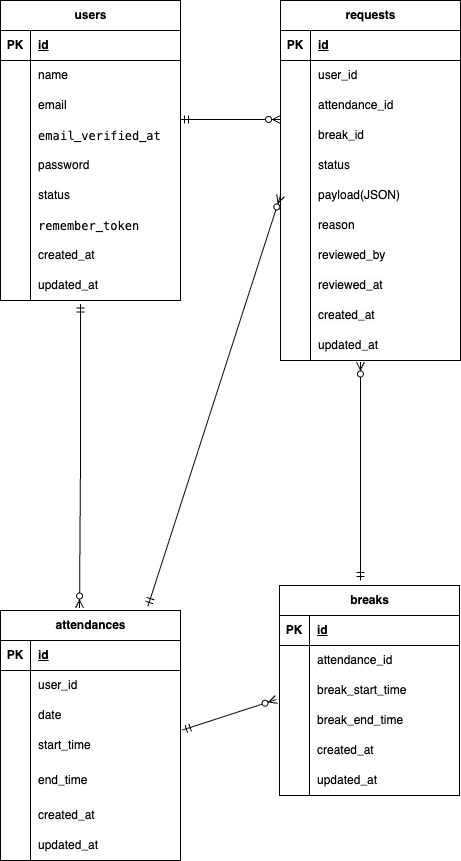
Earlier version of the draw.io export attendance.drawio.png (irokiyo/employee-attendance-app). Source tidied: cells renumbered, new cells last; positions are measured from the earlier drawing's top-left corner, leaving out a move shared by most shapes.
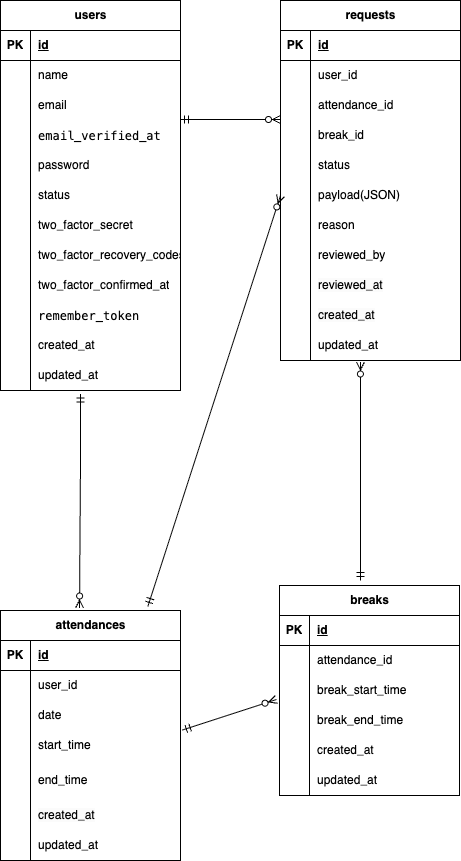
Later version of the same file.

Diff of the diagram source:
```diff
@@ -3,7 +3,7 @@
     <mxCell id="0" />
     <mxCell id="1" parent="0" />
     <mxCell id="2" value="users" style="shape=table;startSize=30;rowLines=0;fontStyle=1;align=center;html=1;" parent="1" vertex="1">
-      <mxGeometry width="180" height="300" as="geometry" />
+      <mxGeometry width="180" height="390" as="geometry" />
     </mxCell>
     <mxCell id="3" style="shape=tableRow;horizontal=0;startSize=0;swimlaneHead=0;swimlaneBody=0;fillColor=none;top=0;left=0;right=0;bottom=1;" parent="2" vertex="1">
       <mxGeometry y="30" width="180" height="30" as="geometry" />
@@ -59,8 +59,35 @@
     <mxCell id="20" value="status" style="shape=partialRectangle;fillColor=none;top=0;left=0;bottom=0;right=0;align=left;spacingLeft=6;overflow=hidden;whiteSpace=wrap;html=1;" parent="18" vertex="1">
       <mxGeometry x="30" width="150" height="30" as="geometry" />
     </mxCell>
+    <mxCell id="110" style="shape=tableRow;horizontal=0;startSize=0;swimlaneHead=0;swimlaneBody=0;fillColor=none;top=0;left=0;right=0;bottom=0;" parent="2" vertex="1">
+      <mxGeometry y="210" width="180" height="30" as="geometry" />
+    </mxCell>
+    <mxCell id="111" style="shape=partialRectangle;fillColor=none;top=0;left=0;bottom=0;right=0;overflow=hidden;whiteSpace=wrap;html=1;" parent="110" vertex="1">
+      <mxGeometry width="30" height="30" as="geometry" />
+    </mxCell>
+    <mxCell id="112" value="two_factor_secret" style="shape=partialRectangle;fillColor=none;top=0;left=0;bottom=0;right=0;align=left;spacingLeft=6;overflow=hidden;whiteSpace=wrap;html=1;" parent="110" vertex="1">
+      <mxGeometry x="30" width="150" height="30" as="geometry" />
+    </mxCell>
+    <mxCell id="113" style="shape=tableRow;horizontal=0;startSize=0;swimlaneHead=0;swimlaneBody=0;fillColor=none;top=0;left=0;right=0;bottom=0;" parent="2" vertex="1">
+      <mxGeometry y="240" width="180" height="30" as="geometry" />
+    </mxCell>
+    <mxCell id="114" style="shape=partialRectangle;fillColor=none;top=0;left=0;bottom=0;right=0;overflow=hidden;whiteSpace=wrap;html=1;" parent="113" vertex="1">
+      <mxGeometry width="30" height="30" as="geometry" />
+    </mxCell>
+    <mxCell id="115" value="two_factor_recovery_codes" style="shape=partialRectangle;fillColor=none;top=0;left=0;bottom=0;right=0;align=left;spacingLeft=6;overflow=hidden;whiteSpace=wrap;html=1;" parent="113" vertex="1">
+      <mxGeometry x="30" width="150" height="30" as="geometry" />
+    </mxCell>
+    <mxCell id="116" style="shape=tableRow;horizontal=0;startSize=0;swimlaneHead=0;swimlaneBody=0;fillColor=none;top=0;left=0;right=0;bottom=0;" parent="2" vertex="1">
+      <mxGeometry y="270" width="180" height="30" as="geometry" />
+    </mxCell>
+    <mxCell id="117" style="shape=partialRectangle;fillColor=none;top=0;left=0;bottom=0;right=0;overflow=hidden;whiteSpace=wrap;html=1;" parent="116" vertex="1">
+      <mxGeometry width="30" height="30" as="geometry" />
+    </mxCell>
+    <mxCell id="118" value="two_factor_confirmed_at" style="shape=partialRectangle;fillColor=none;top=0;left=0;bottom=0;right=0;align=left;spacingLeft=6;overflow=hidden;whiteSpace=wrap;html=1;" parent="116" vertex="1">
+      <mxGeometry x="30" width="150" height="30" as="geometry" />
+    </mxCell>
     <mxCell id="21" style="shape=tableRow;horizontal=0;startSize=0;swimlaneHead=0;swimlaneBody=0;fillColor=none;top=0;left=0;right=0;bottom=0;" parent="2" vertex="1">
-      <mxGeometry y="210" width="180" height="30" as="geometry" />
+      <mxGeometry y="300" width="180" height="30" as="geometry" />
     </mxCell>
     <mxCell id="22" style="shape=partialRectangle;fillColor=none;top=0;left=0;bottom=0;right=0;overflow=hidden;whiteSpace=wrap;html=1;" parent="21" vertex="1">
       <mxGeometry width="30" height="30" as="geometry" />
@@ -69,7 +96,7 @@
       <mxGeometry x="30" width="150" height="30" as="geometry" />
     </mxCell>
     <mxCell id="24" style="shape=tableRow;horizontal=0;startSize=0;swimlaneHead=0;swimlaneBody=0;fillColor=none;top=0;left=0;right=0;bottom=0;" parent="2" vertex="1">
-      <mxGeometry y="240" width="180" height="30" as="geometry" />
+      <mxGeometry y="330" width="180" height="30" as="geometry" />
     </mxCell>
     <mxCell id="25" style="shape=partialRectangle;fillColor=none;top=0;left=0;bottom=0;right=0;overflow=hidden;whiteSpace=wrap;html=1;" parent="24" vertex="1">
       <mxGeometry width="30" height="30" as="geometry" />
@@ -78,7 +105,7 @@
       <mxGeometry x="30" width="150" height="30" as="geometry" />
     </mxCell>
     <mxCell id="27" style="shape=tableRow;horizontal=0;startSize=0;swimlaneHead=0;swimlaneBody=0;fillColor=none;points=[[0,0.5],[1,0.5]];portConstraint=eastwest;top=0;left=0;right=0;bottom=0;" parent="2" vertex="1">
-      <mxGeometry y="270" width="180" height="30" as="geometry" />
+      <mxGeometry y="360" width="180" height="30" as="geometry" />
     </mxCell>
     <mxCell id="28" style="shape=partialRectangle;fillColor=none;top=0;left=0;bottom=0;right=0;overflow=hidden;whiteSpace=wrap;html=1;" parent="27" vertex="1">
       <mxGeometry width="30" height="30" as="geometry" />
```
